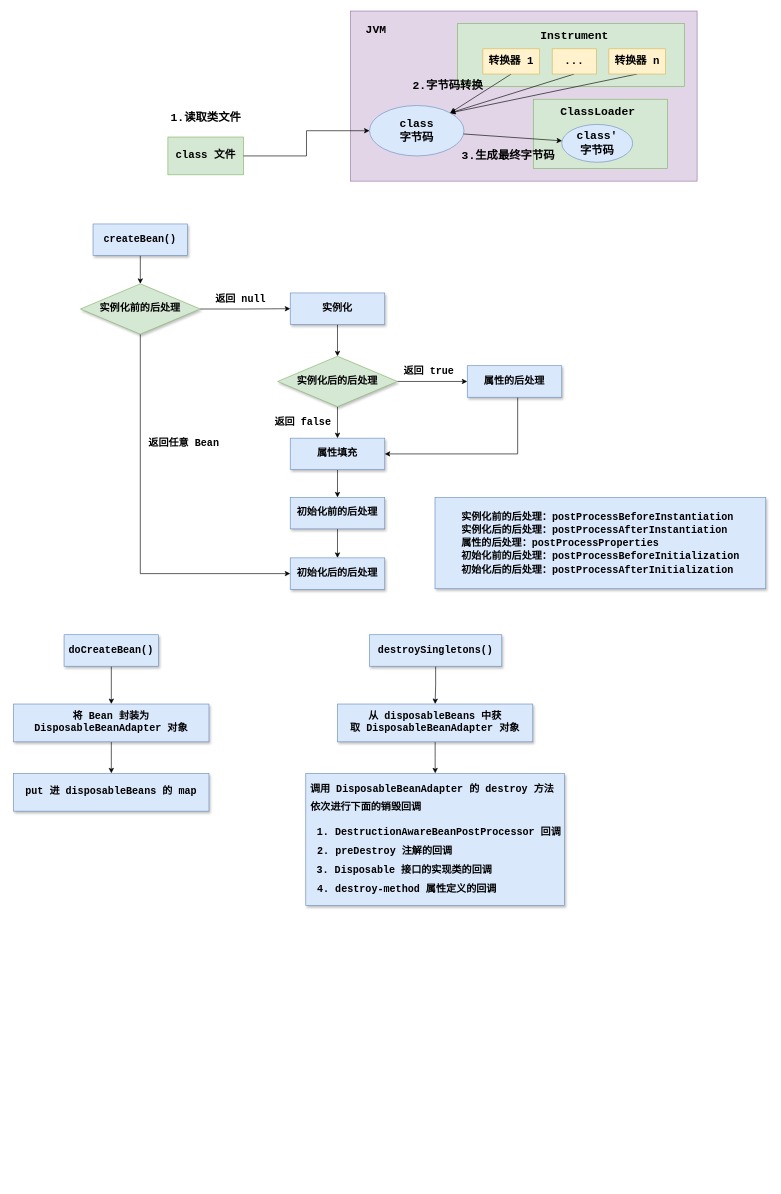
Earlier version of the draw.io diagram spring.drawio (Ocsio/draw-io). Source tidied: cells renumbered, new cells numbered last; positions are measured from the earlier drawing's top-left corner, leaving out a move shared by most shapes. Both pictures are drawn from the tidied source at 63%, with x=0, y=0 at pixel (13, 11).
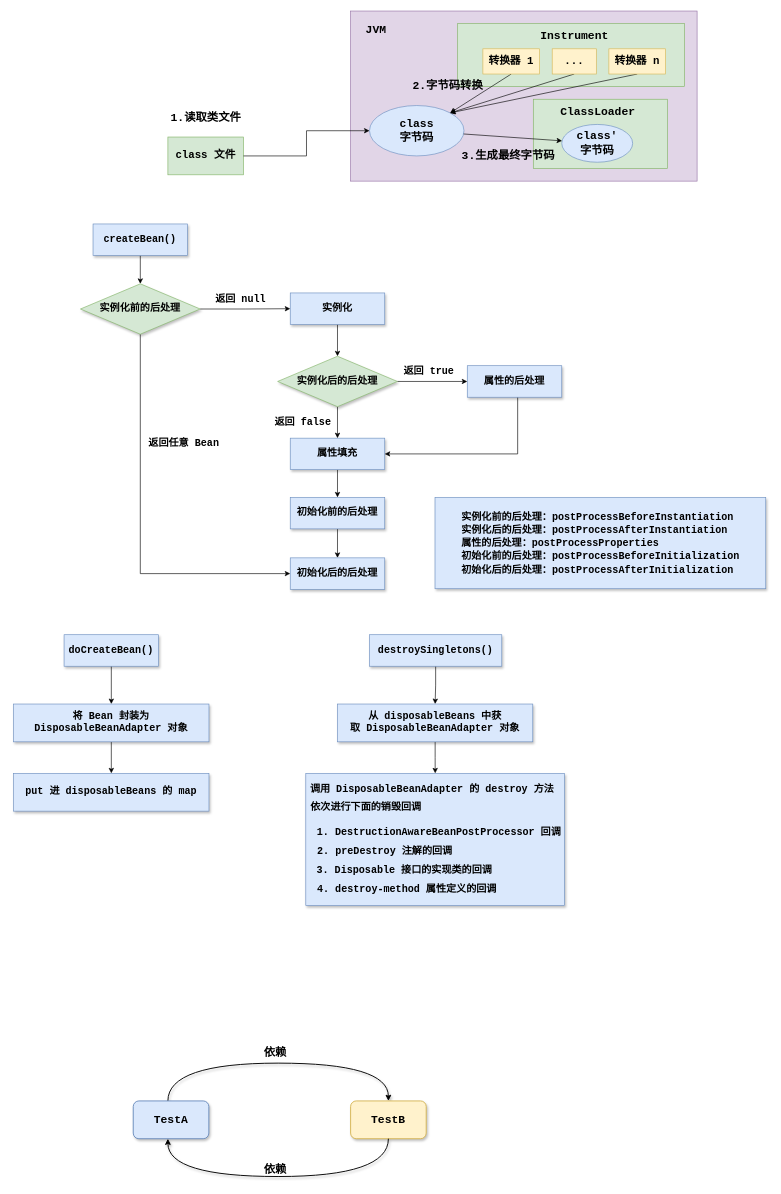
The same page after the edit.

The edit, as a diff of the source:
```diff
@@
+    <mxCell id="60" style="edgeStyle=orthogonalEdgeStyle;rounded=0;jettySize=auto;html=1;entryX=0.5;entryY=0;entryDx=0;entryDy=0;curved=1;shadow=1;strokeWidth=1.5;" parent="1" edge="1" source="61" target="62">
+      <mxGeometry relative="1" as="geometry">
+        <Array as="points">
+          <mxPoint x="245" y="1670" />
+          <mxPoint x="595" y="1670" />
+        </Array>
+      </mxGeometry>
+    </mxCell>
+    <mxCell id="61" value="&lt;b&gt;&lt;font style=&quot;font-size: 18px;&quot; face=&quot;Courier New&quot;&gt;TestA&lt;/font&gt;&lt;/b&gt;" style="rounded=1;whiteSpace=wrap;html=1;shadow=1;strokeWidth=1.5;fillColor=#dae8fc;strokeColor=#6c8ebf;" parent="1" vertex="1">
+      <mxGeometry x="190" y="1730" width="120" height="60" as="geometry" />
+    </mxCell>
+    <mxCell id="62" value="&lt;b&gt;&lt;font style=&quot;font-size: 18px;&quot; face=&quot;Courier New&quot;&gt;TestB&lt;/font&gt;&lt;/b&gt;" style="rounded=1;whiteSpace=wrap;html=1;shadow=1;strokeWidth=1.5;fillColor=#fff2cc;strokeColor=#d6b656;" parent="1" vertex="1">
+      <mxGeometry x="535" y="1730" width="120" height="60" as="geometry" />
+    </mxCell>
+    <mxCell id="63" style="edgeStyle=orthogonalEdgeStyle;rounded=0;orthogonalLoop=1;jettySize=auto;html=1;entryX=0.5;entryY=0;entryDx=0;entryDy=0;curved=1;shadow=1;strokeWidth=1.5;" parent="1" edge="1">
+      <mxGeometry relative="1" as="geometry">
+        <mxPoint x="595" y="1790" as="sourcePoint" />
+        <mxPoint x="245" y="1790" as="targetPoint" />
+        <Array as="points">
+          <mxPoint x="595" y="1850" />
+          <mxPoint x="245" y="1850" />
+        </Array>
+      </mxGeometry>
+    </mxCell>
+    <mxCell id="64" value="&lt;b&gt;&lt;font style=&quot;font-size: 18px;&quot; face=&quot;Courier New&quot;&gt;依赖&lt;/font&gt;&lt;/b&gt;" style="text;html=1;align=center;verticalAlign=middle;strokeColor=none;fillColor=none;" parent="1" vertex="1">
+      <mxGeometry x="385" y="1634" width="60" height="40" as="geometry" />
+    </mxCell>
+    <mxCell id="65" value="&lt;b&gt;&lt;font style=&quot;font-size: 18px;&quot; face=&quot;Courier New&quot;&gt;依赖&lt;/font&gt;&lt;/b&gt;" style="text;html=1;align=center;verticalAlign=middle;strokeColor=none;fillColor=none;" parent="1" vertex="1">
+      <mxGeometry x="385" y="1820" width="60" height="40" as="geometry" />
+    </mxCell>
```
